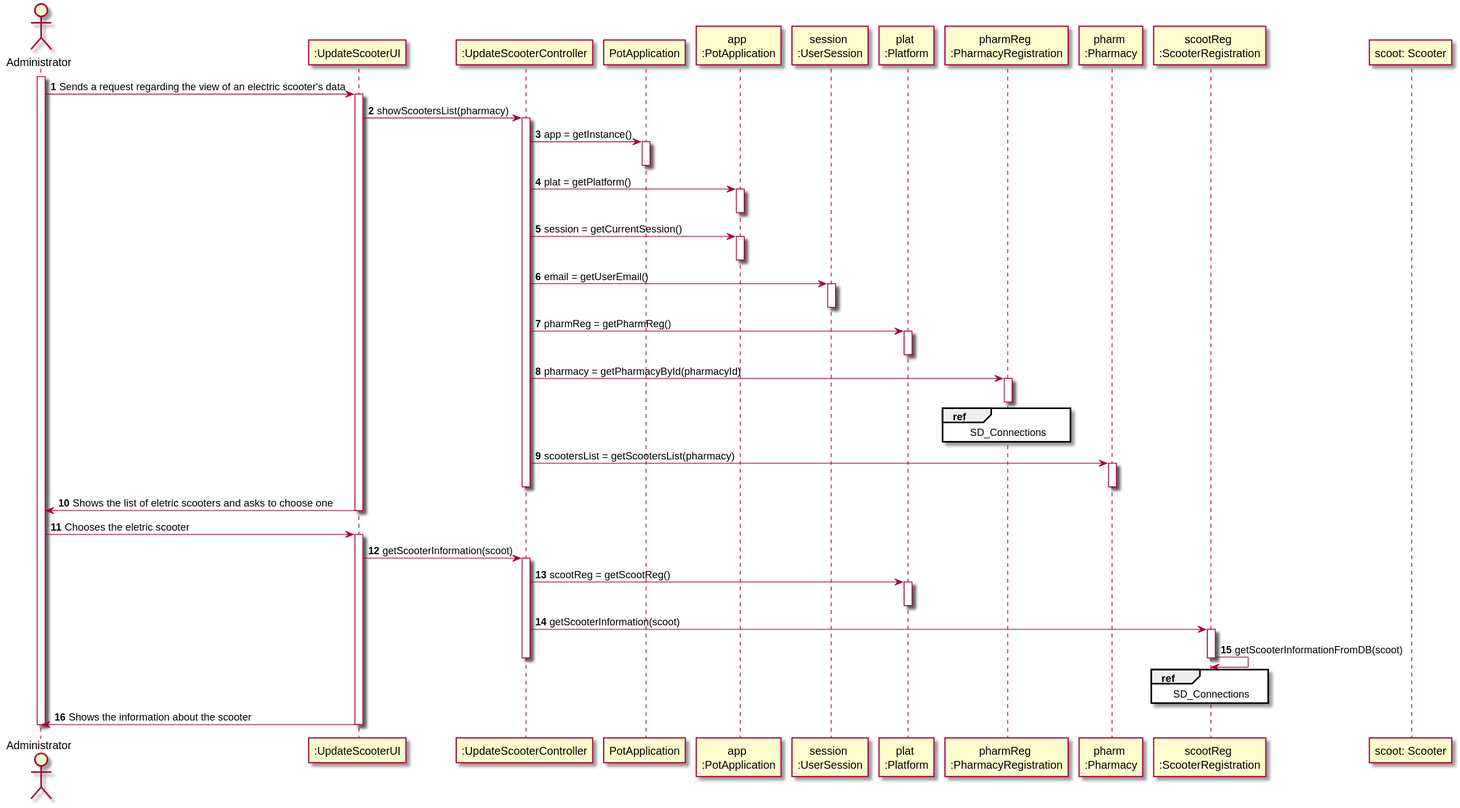
Above: docs/Iteration 1/Scooter Management/US57_ScooterInformation/US57_SD.svg in tiagoavcosta25/LAPR3 (PlantUML), before the change.
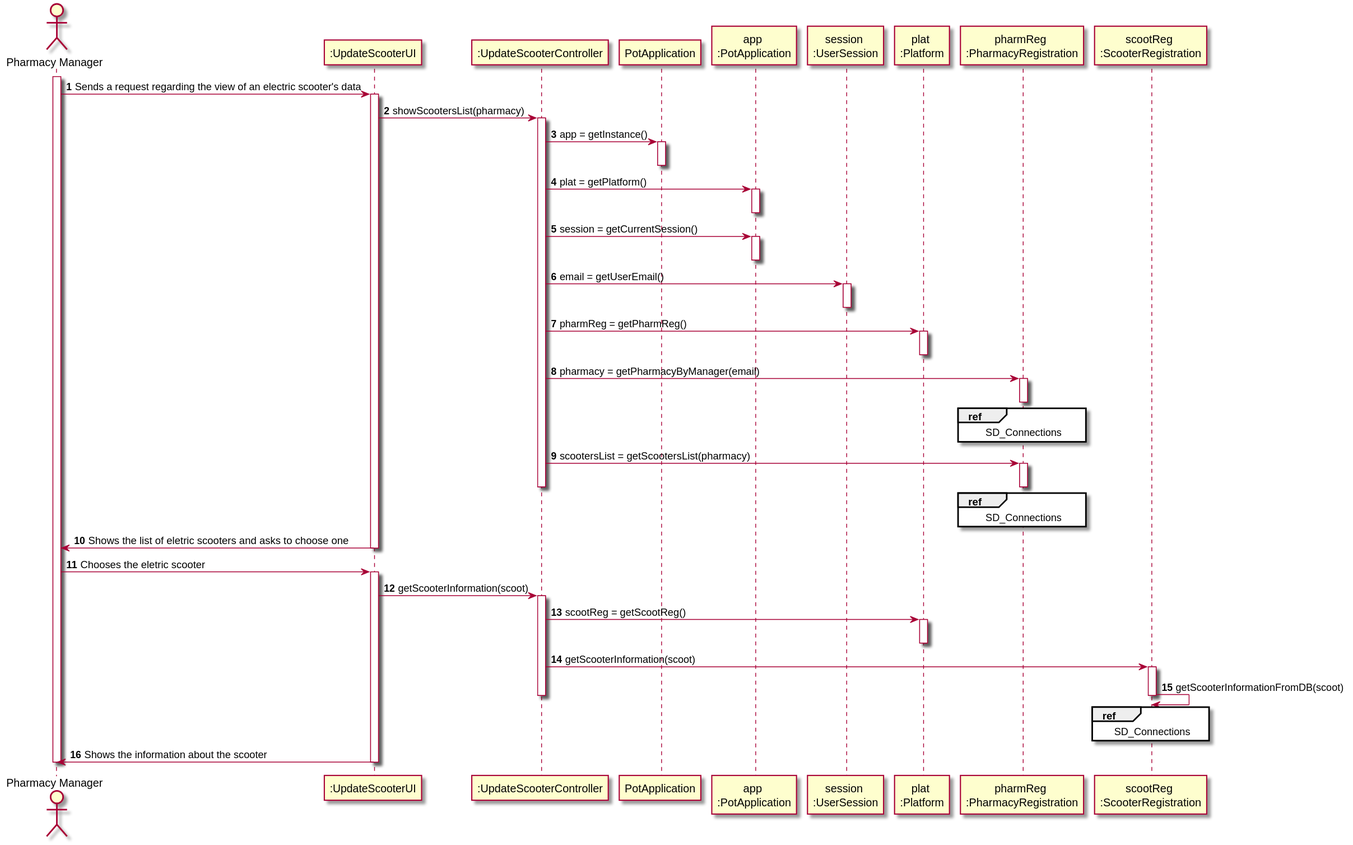
After the change.

Commit message:
LAPR2AP2 - 162 #fixing Scooter Information [Analysis] LAPR2AP2 - 163 #fixing Scooter Information [Design]

Diff of the diagram source:
```diff
@@ -1,6 +1,6 @@
 @startuml
 autonumber
-actor "Administrator" as ADMIN
+actor "Pharmacy Manager" as PHARMAN
 
 participant ":UpdateScooterUI" as UI
 participant ":UpdateScooterController" as CTRL
@@ -9,15 +9,13 @@
 participant "session \n:UserSession" as US
 participant "plat \n:Platform" as PLAT
 participant "pharmReg \n:PharmacyRegistration" as PH
-participant "pharm \n:Pharmacy" as PHARM
 participant "scootReg \n:ScooterRegistration" as RS
-participant "scoot: Scooter" as SC
 
 
 
-activate ADMIN
+activate PHARMAN
 
-ADMIN -> UI : Sends a request regarding the view of an electric scooter's data
+PHARMAN -> UI : Sends a request regarding the view of an electric scooter's data
 activate UI
 UI -> CTRL : showScootersList(pharmacy)
 activate CTRL
@@ -36,20 +34,23 @@
 CTRL -> PLAT : pharmReg = getPharmReg()
 activate PLAT
 deactivate PLAT
-CTRL -> PH : pharmacy = getPharmacyById(pharmacyId)
+CTRL -> PH : pharmacy = getPharmacyByManager(email)
 activate PH
 ref over PH
 SD_Connections
 end ref
 deactivate PH
-CTRL -> PHARM : scootersList = getScootersList(pharmacy)
-activate PHARM
-deactivate PHARM
+CTRL -> PH : scootersList = getScootersList(pharmacy)
+activate PH
+ref over PH
+SD_Connections
+end ref
+deactivate PH
 deactivate CTRL
-UI -> ADMIN : Shows the list of eletric scooters and asks to choose one
+UI -> PHARMAN : Shows the list of eletric scooters and asks to choose one
 deactivate UI
 
-ADMIN -> UI : Chooses the eletric scooter
+PHARMAN -> UI : Chooses the eletric scooter
 activate UI
 UI -> CTRL : getScooterInformation(scoot)
 activate CTRL
@@ -64,10 +65,10 @@
 end ref
 deactivate RS
 deactivate CTRL
-UI -> ADMIN : Shows the information about the scooter
+UI -> PHARMAN : Shows the information about the scooter
 
 deactivate UI
 
-deactivate ADMIN
+deactivate PHARMAN
 
 @enduml
```
